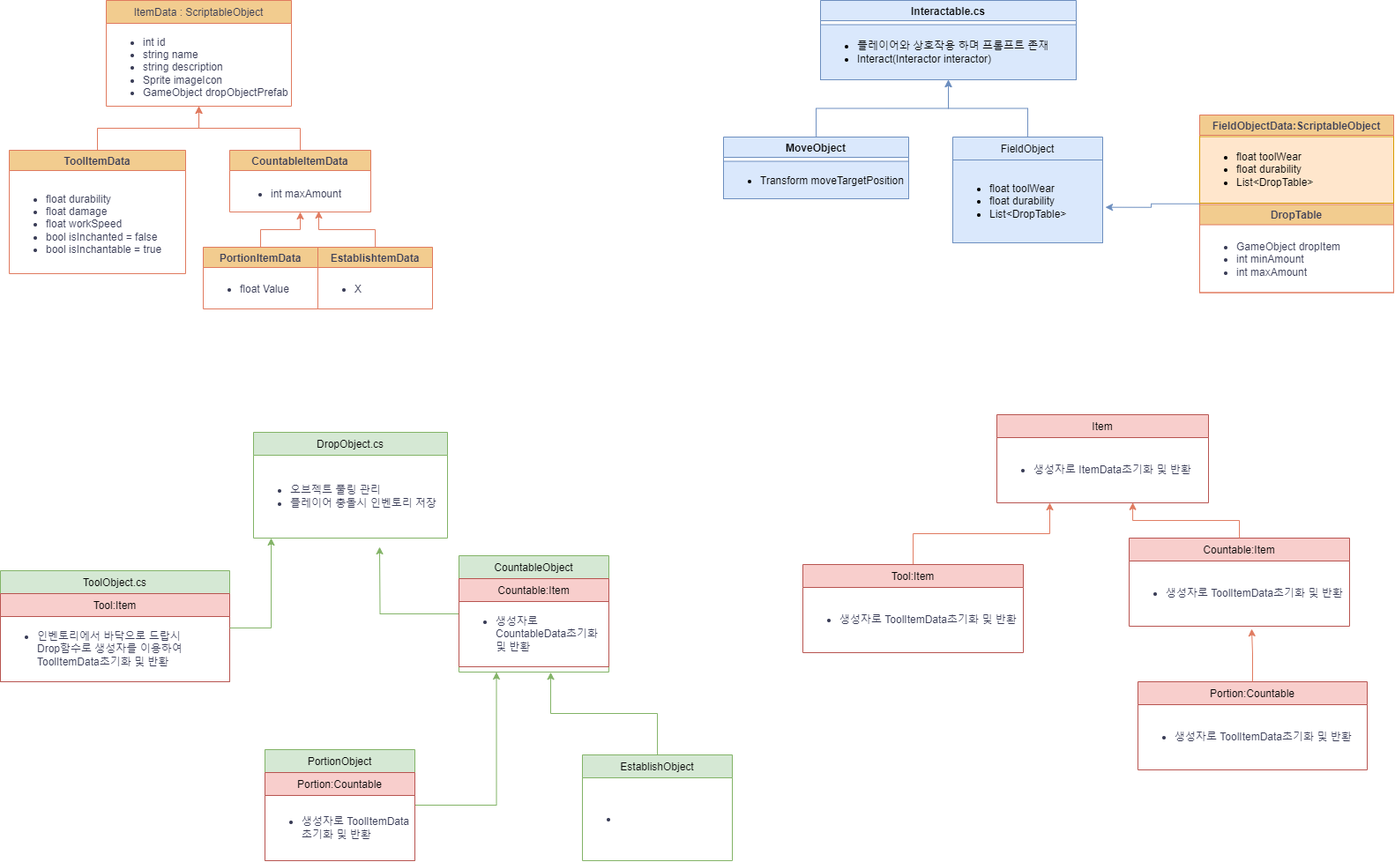
Earlier version of the draw.io export 제목 없는 다이어그램.drawio.png (hae-seung/ddolking). Source tidied: cells renumbered, new cells last; positions are measured from the earlier drawing's top-left corner, leaving out a move shared by most shapes.
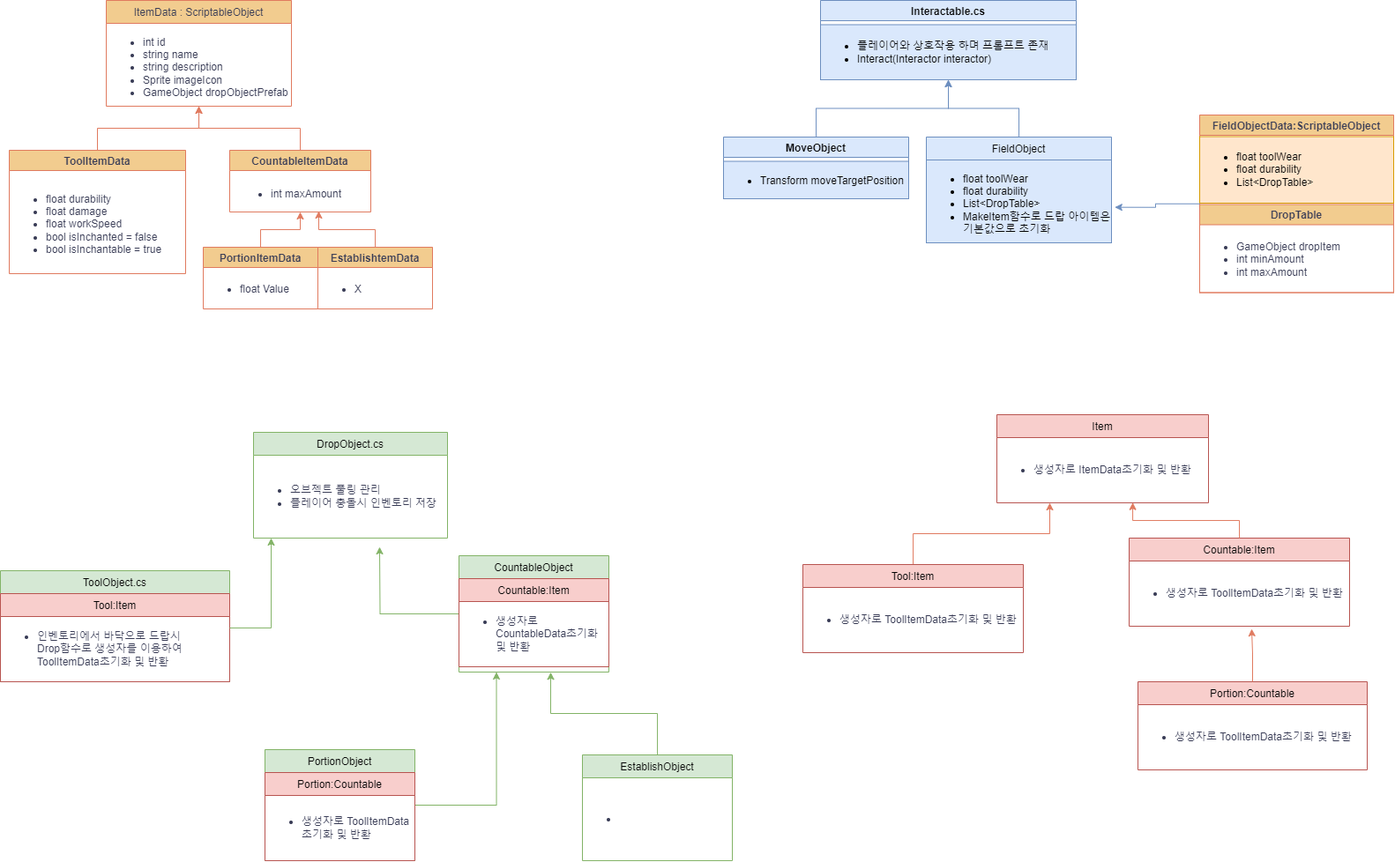
After the change.

Commit message:
제목 없는 다이어그램.drawio.png 업데이트

The edit, as a diff of the source:
```diff
@@ -42,10 +42,10 @@
       <mxGeometry relative="1" as="geometry" />
     </mxCell>
     <mxCell id="15" value="FieldObject" style="swimlane;fontStyle=0;align=center;verticalAlign=top;horizontal=1;startSize=26;rounded=0;shadow=0;strokeWidth=1;labelBackgroundColor=none;fillColor=#dae8fc;strokeColor=#6c8ebf;" parent="1" vertex="1">
-      <mxGeometry x="1080" y="155" width="170" height="120" as="geometry" />
+      <mxGeometry x="1050" y="155" width="210" height="120" as="geometry" />
     </mxCell>
-    <mxCell id="16" value="&lt;ul&gt;&lt;li&gt;float toolWear&lt;/li&gt;&lt;li&gt;float durability&lt;/li&gt;&lt;li&gt;List&amp;lt;DropTable&amp;gt;&lt;/li&gt;&lt;/ul&gt;" style="text;strokeColor=#6c8ebf;fillColor=#dae8fc;html=1;whiteSpace=wrap;verticalAlign=middle;overflow=hidden;" parent="15" vertex="1">
-      <mxGeometry y="26" width="170" height="94" as="geometry" />
+    <mxCell id="16" value="&lt;ul&gt;&lt;li&gt;float toolWear&lt;/li&gt;&lt;li&gt;float durability&lt;/li&gt;&lt;li&gt;List&amp;lt;DropTable&amp;gt;&lt;/li&gt;&lt;li&gt;MakeItem함수로 드랍 아이템은 기본값으로 초기화&lt;/li&gt;&lt;/ul&gt;" style="text;strokeColor=#6c8ebf;fillColor=#dae8fc;html=1;whiteSpace=wrap;verticalAlign=middle;overflow=hidden;" parent="15" vertex="1">
+      <mxGeometry y="26" width="210" height="94" as="geometry" />
     </mxCell>
     <mxCell id="17" style="edgeStyle=orthogonalEdgeStyle;rounded=0;jettySize=auto;html=1;entryX=0.5;entryY=1;entryDx=0;entryDy=0;strokeColor=#6c8ebf;fontColor=#393C56;fillColor=#dae8fc;" parent="1" edge="1" source="18" target="26">
       <mxGeometry relative="1" as="geometry" />
```
